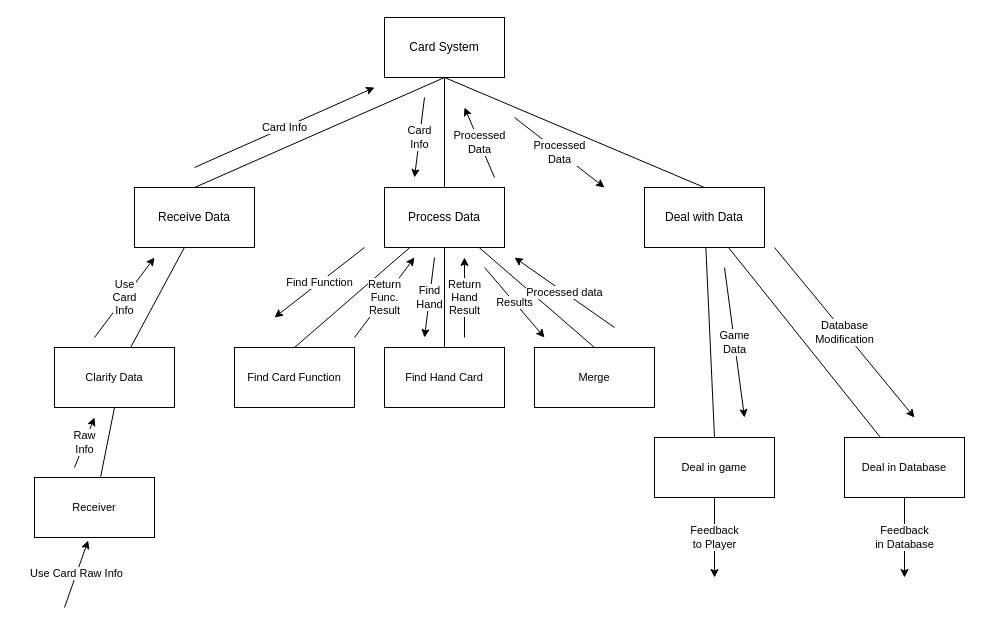
Before: Sd_exp2.drawio in yizhezhixing/yizhezhixing, a draw.io diagram. Source tidied: cells renumbered, new cells numbered last; positions are measured from the earlier drawing's top-left corner, leaving out a move shared by most shapes. Both pictures are drawn from the tidied source at 100%, with x=0, y=0 at pixel (34, 17).
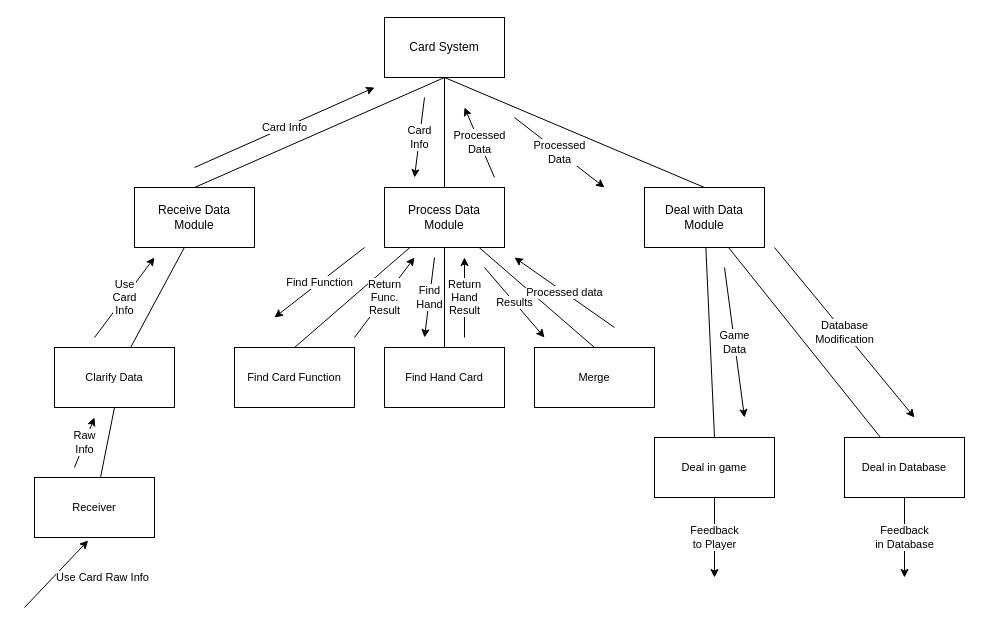
Above is the later version.

Unchanged cells that the change refers to:
```xml
<mxCell id="16" value="Receiver" style="rounded=0;whiteSpace=wrap;html=1;fontFamily=Helvetica;fontSize=11;fontColor=default;labelBackgroundColor=default;" parent="1" vertex="1">
  <mxGeometry y="460" width="120" height="60" as="geometry" />
</mxCell>
```

The edit, as a diff of the source:
```diff
@@
-    <mxCell id="4" value="Receive Data" style="rounded=0;whiteSpace=wrap;html=1;" parent="1" vertex="1">
+    <mxCell id="4" value="Receive Data&lt;div&gt;Module&lt;/div&gt;" style="rounded=0;whiteSpace=wrap;html=1;" parent="1" vertex="1">
       <mxGeometry x="100" y="170" width="120" height="60" as="geometry" />
     </mxCell>
@@
-    <mxCell id="8" value="Process Data" style="rounded=0;whiteSpace=wrap;html=1;" parent="1" vertex="1">
+    <mxCell id="8" value="Process Data&lt;div&gt;Module&lt;/div&gt;" style="rounded=0;whiteSpace=wrap;html=1;" parent="1" vertex="1">
       <mxGeometry x="350" y="170" width="120" height="60" as="geometry" />
     </mxCell>
@@
-    <mxCell id="12" value="Deal with Data" style="rounded=0;whiteSpace=wrap;html=1;" parent="1" vertex="1">
+    <mxCell id="12" value="Deal with Data&lt;div&gt;Module&lt;/div&gt;" style="rounded=0;whiteSpace=wrap;html=1;" parent="1" vertex="1">
       <mxGeometry x="610" y="170" width="120" height="60" as="geometry" />
     </mxCell>
@@
     <mxCell id="22" value="Use Card Raw Info" style="endArrow=classic;html=1;rounded=1;strokeColor=default;align=center;verticalAlign=middle;fontFamily=Helvetica;fontSize=11;fontColor=default;labelBackgroundColor=default;entryX=0.447;entryY=1.05;entryDx=0;entryDy=0;entryPerimeter=0;" parent="1" edge="1" target="16">
-      <mxGeometry relative="1" as="geometry">
-        <mxPoint x="30" y="590" as="sourcePoint" />
+      <mxGeometry x="0.64" y="-36" relative="1" as="geometry">
+        <mxPoint x="-10" y="590" as="sourcePoint" />
       </mxGeometry>
     </mxCell>
```
